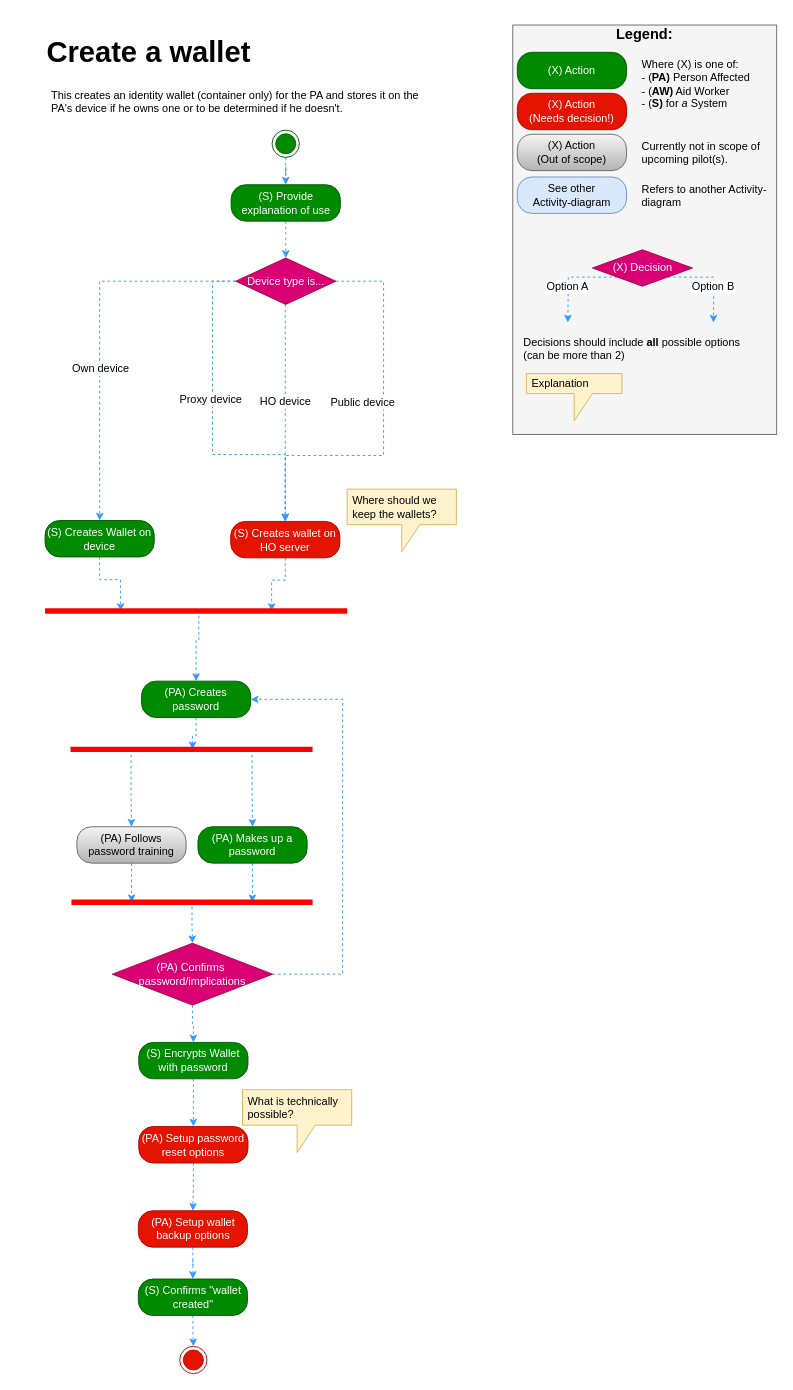
Above: Activity Diagrams/Create a wallet activity.drawio in nsward/diagrams (draw.io), before the change. Source tidied: cells renumbered, new cells numbered last; positions are measured from the earlier drawing's top-left corner, leaving out a move shared by most shapes. Both pictures are drawn from the tidied source at 91%, with x=0, y=0 at pixel (30, 15).
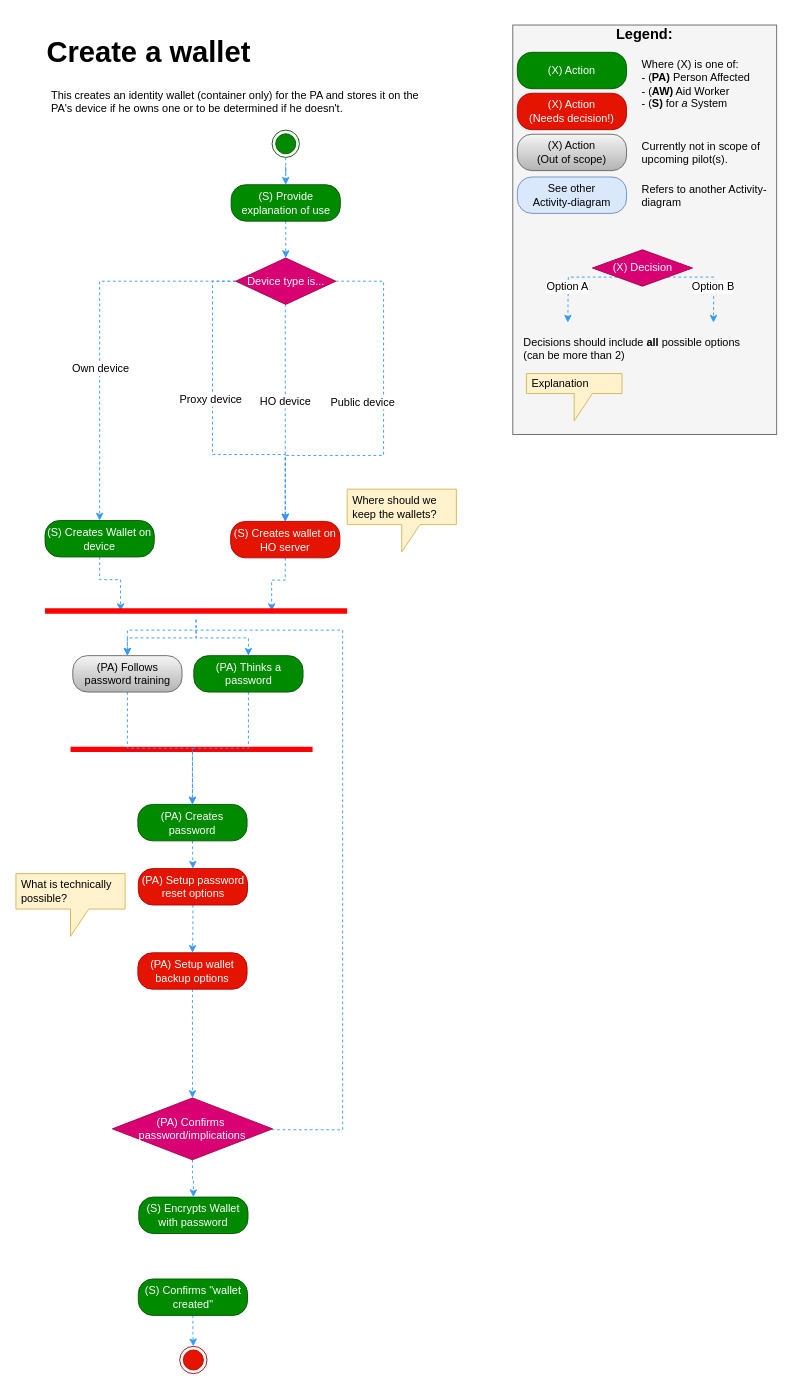
The same page after the edit.

Commit message:
HCD review

Unchanged cells that the change refers to:
```xml
<mxCell id="13" style="shape=line;html=1;strokeWidth=6;strokeColor=#ff0000;fillColor=#008a00;fontColor=#ffffff;" parent="1" vertex="1">
  <mxGeometry x="44" y="801" width="266" height="10" as="geometry" />
</mxCell>
<mxCell id="23" value="(S) Confirms &quot;wallet created&quot;&lt;br&gt;" style="rounded=1;whiteSpace=wrap;html=1;arcSize=40;fillColor=#008a00;strokeColor=#005700;fontColor=#ffffff;" parent="1" vertex="1">
  <mxGeometry x="118.5" y="1388" width="120" height="40" as="geometry" />
</mxCell>
<mxCell id="59" style="shape=line;html=1;strokeWidth=6;strokeColor=#ff0000;" parent="1" vertex="1">
  <mxGeometry x="16" y="644.5" width="332" height="19" as="geometry" />
</mxCell>
```

Change to the diagram source:
```diff
@@
-    <mxCell id="8" style="edgeStyle=orthogonalEdgeStyle;rounded=0;jettySize=auto;html=1;strokeColor=#3399FF;fontColor=#ffffff;entryX=0.504;entryY=0.5;entryDx=0;entryDy=0;entryPerimeter=0;dashed=1;" parent="1" edge="1" source="9" target="13">
-      <mxGeometry relative="1" as="geometry" />
-    </mxCell>
+    <mxCell id="64" style="edgeStyle=orthogonalEdgeStyle;rounded=0;jettySize=auto;html=1;exitX=0.5;exitY=1;exitDx=0;exitDy=0;entryX=0.5;entryY=0;entryDx=0;entryDy=0;dashed=1;strokeColor=#3399FF;" parent="1" edge="1" source="9" target="39">
+      <mxGeometry relative="1" as="geometry" />
+    </mxCell>
     <mxCell id="9" value="(PA) Creates password" style="rounded=1;whiteSpace=wrap;html=1;arcSize=40;fillColor=#008a00;strokeColor=#005700;fontColor=#ffffff;" parent="1" vertex="1">
-      <mxGeometry x="122" y="731" width="120" height="40" as="geometry" />
+      <mxGeometry x="118" y="866.5" width="120" height="40" as="geometry" />
     </mxCell>
@@
-    <mxCell id="11" style="edgeStyle=orthogonalEdgeStyle;rounded=0;jettySize=auto;html=1;exitX=0.25;exitY=0.5;exitDx=0;exitDy=0;exitPerimeter=0;entryX=0.5;entryY=0;entryDx=0;entryDy=0;dashed=1;strokeColor=#3399FF;fontColor=#ffffff;" parent="1" edge="1" source="13" target="15">
-      <mxGeometry relative="1" as="geometry" />
-    </mxCell>
-    <mxCell id="12" style="edgeStyle=orthogonalEdgeStyle;rounded=0;jettySize=auto;html=1;exitX=0.75;exitY=0.5;exitDx=0;exitDy=0;exitPerimeter=0;entryX=0.5;entryY=0;entryDx=0;entryDy=0;dashed=1;strokeColor=#3399FF;fontColor=#ffffff;" parent="1" edge="1" source="13" target="17">
-      <mxGeometry relative="1" as="geometry" />
-    </mxCell>
@@
-    <mxCell id="14" style="edgeStyle=orthogonalEdgeStyle;rounded=0;jettySize=auto;html=1;exitX=0.5;exitY=1;exitDx=0;exitDy=0;entryX=0.25;entryY=0.5;entryDx=0;entryDy=0;entryPerimeter=0;strokeColor=#3399FF;dashed=1;" parent="1" edge="1" source="15" target="19">
-      <mxGeometry relative="1" as="geometry" />
-    </mxCell>
-    <mxCell id="15" value="(PA) Follows password training" style="rounded=1;whiteSpace=wrap;html=1;arcSize=40;fillColor=#f5f5f5;strokeColor=#666666;gradientColor=#b3b3b3;" parent="1" vertex="1">
-      <mxGeometry x="51" y="891" width="120" height="40" as="geometry" />
-    </mxCell>
-    <mxCell id="16" style="edgeStyle=orthogonalEdgeStyle;rounded=0;jettySize=auto;html=1;exitX=0.5;exitY=1;exitDx=0;exitDy=0;entryX=0.75;entryY=0.5;entryDx=0;entryDy=0;entryPerimeter=0;strokeColor=#3399FF;dashed=1;" parent="1" edge="1" source="17" target="19">
-      <mxGeometry relative="1" as="geometry" />
-    </mxCell>
-    <mxCell id="17" value="(PA) Makes up a password" style="rounded=1;whiteSpace=wrap;html=1;arcSize=40;fillColor=#008a00;strokeColor=#005700;fontColor=#ffffff;" parent="1" vertex="1">
-      <mxGeometry x="184" y="891" width="120" height="40" as="geometry" />
-    </mxCell>
-    <mxCell id="18" style="edgeStyle=orthogonalEdgeStyle;rounded=0;jettySize=auto;html=1;entryX=0.5;entryY=0;entryDx=0;entryDy=0;dashed=1;strokeColor=#3399FF;fontColor=#ffffff;" parent="1" edge="1" source="19" target="26">
-      <mxGeometry relative="1" as="geometry" />
-    </mxCell>
-    <mxCell id="19" style="shape=line;html=1;strokeWidth=6;strokeColor=#ff0000;" parent="1" vertex="1">
-      <mxGeometry x="45" y="969" width="265" height="10" as="geometry" />
-    </mxCell>
-    <mxCell id="20" style="edgeStyle=orthogonalEdgeStyle;rounded=0;jettySize=auto;html=1;entryX=0.5;entryY=0;entryDx=0;entryDy=0;dashed=1;strokeColor=#3399FF;fontColor=#000000;" parent="1" edge="1" source="21" target="39">
-      <mxGeometry relative="1" as="geometry" />
-    </mxCell>
     <mxCell id="21" value="(S) Encrypts Wallet with password&lt;br&gt;" style="rounded=1;whiteSpace=wrap;html=1;arcSize=40;fillColor=#008a00;strokeColor=#005700;fontColor=#ffffff;" parent="1" vertex="1">
-      <mxGeometry x="119" y="1128" width="120" height="40" as="geometry" />
+      <mxGeometry x="119" y="1298" width="120" height="40" as="geometry" />
     </mxCell>
@@
-    <mxCell id="25" style="edgeStyle=orthogonalEdgeStyle;rounded=0;jettySize=auto;html=1;exitX=1;exitY=0.5;exitDx=0;exitDy=0;entryX=1;entryY=0.5;entryDx=0;entryDy=0;dashed=1;strokeColor=#3399FF;fontColor=#000000;" parent="1" edge="1" source="26" target="9">
+    <mxCell id="25" style="edgeStyle=orthogonalEdgeStyle;rounded=0;jettySize=auto;html=1;exitX=1;exitY=0.5;exitDx=0;exitDy=0;entryX=0.5;entryY=0;entryDx=0;entryDy=0;dashed=1;strokeColor=#3399FF;fontColor=#000000;" parent="1" edge="1" source="26" target="15">
       <mxGeometry relative="1" as="geometry">
         <Array as="points">
-          <mxPoint x="343" y="1053" />
-          <mxPoint x="343" y="751" />
+          <mxPoint x="343" y="1224" />
+          <mxPoint x="343" y="675" />
+          <mxPoint x="106" y="675" />
         </Array>
       </mxGeometry>
     </mxCell>
     <mxCell id="26" value="(PA) Confirms&amp;nbsp; password/implications" style="rhombus;whiteSpace=wrap;html=1;fillColor=#d80073;strokeColor=#A50040;fontColor=#ffffff;" parent="1" vertex="1">
-      <mxGeometry x="90" y="1019" width="176" height="68" as="geometry" />
+      <mxGeometry x="90" y="1189" width="176" height="68" as="geometry" />
     </mxCell>
@@
-    <mxCell id="38" style="edgeStyle=orthogonalEdgeStyle;rounded=0;jettySize=auto;html=1;exitX=0.5;exitY=1;exitDx=0;exitDy=0;entryX=0.5;entryY=0;entryDx=0;entryDy=0;dashed=1;strokeColor=#3399FF;" parent="1" edge="1" source="39" target="63">
+    <mxCell id="38" style="edgeStyle=orthogonalEdgeStyle;rounded=0;jettySize=auto;html=1;entryX=0.5;entryY=0;entryDx=0;entryDy=0;dashed=1;strokeColor=#3399FF;" parent="1" edge="1" source="39" target="63">
       <mxGeometry relative="1" as="geometry" />
     </mxCell>
     <mxCell id="39" value="(PA) Setup password reset options" style="rounded=1;whiteSpace=wrap;html=1;arcSize=40;fillColor=#e51400;strokeColor=#B20000;fontColor=#ffffff;" parent="1" vertex="1">
-      <mxGeometry x="119" y="1220.5" width="120" height="40" as="geometry" />
+      <mxGeometry x="118.5" y="937" width="120" height="40" as="geometry" />
     </mxCell>
@@
-    <mxCell id="58" style="edgeStyle=orthogonalEdgeStyle;rounded=0;jettySize=auto;html=1;entryX=0.5;entryY=0;entryDx=0;entryDy=0;dashed=1;strokeColor=#3399FF;exitX=0.509;exitY=0.448;exitDx=0;exitDy=0;exitPerimeter=0;" parent="1" edge="1" source="59" target="9">
-      <mxGeometry relative="1" as="geometry">
-        <Array as="points">
-          <mxPoint x="185" y="686" />
-          <mxPoint x="182" y="686" />
-        </Array>
-      </mxGeometry>
-    </mxCell>
+    <mxCell id="65" style="edgeStyle=orthogonalEdgeStyle;rounded=0;jettySize=auto;html=1;entryX=0.5;entryY=0;entryDx=0;entryDy=0;dashed=1;strokeColor=#3399FF;" parent="1" edge="1" source="59" target="70">
+      <mxGeometry relative="1" as="geometry" />
+    </mxCell>
+    <mxCell id="66" style="edgeStyle=orthogonalEdgeStyle;rounded=0;jettySize=auto;html=1;entryX=0.5;entryY=0;entryDx=0;entryDy=0;dashed=1;strokeColor=#3399FF;" parent="1" edge="1" source="59" target="15">
+      <mxGeometry relative="1" as="geometry" />
+    </mxCell>
@@
     <mxCell id="60" value="What is technically possible?" style="shape=callout;whiteSpace=wrap;html=1;perimeter=calloutPerimeter;align=left;strokeColor=#d6b656;fillColor=#fff2cc;spacingLeft=4;" parent="1" vertex="1">
-      <mxGeometry x="233" y="1180" width="120" height="69" as="geometry" />
+      <mxGeometry x="-16" y="942.5" width="120" height="69" as="geometry" />
     </mxCell>
@@
-    <mxCell id="62" style="edgeStyle=orthogonalEdgeStyle;rounded=0;jettySize=auto;html=1;entryX=0.5;entryY=0;entryDx=0;entryDy=0;dashed=1;strokeColor=#3399FF;" parent="1" edge="1" source="63" target="23">
-      <mxGeometry relative="1" as="geometry" />
-    </mxCell>
+    <mxCell id="67" style="edgeStyle=orthogonalEdgeStyle;rounded=0;jettySize=auto;html=1;exitX=0.5;exitY=1;exitDx=0;exitDy=0;entryX=0.5;entryY=0;entryDx=0;entryDy=0;dashed=1;strokeColor=#3399FF;" parent="1" edge="1" source="63" target="26">
+      <mxGeometry relative="1" as="geometry" />
+    </mxCell>
     <mxCell id="63" value="(PA) Setup wallet backup options" style="rounded=1;whiteSpace=wrap;html=1;arcSize=40;fillColor=#e51400;strokeColor=#B20000;fontColor=#ffffff;" parent="1" vertex="1">
-      <mxGeometry x="118.5" y="1313" width="120" height="40" as="geometry" />
+      <mxGeometry x="118" y="1029.5" width="120" height="40" as="geometry" />
     </mxCell>
+    <mxCell id="68" style="edgeStyle=orthogonalEdgeStyle;rounded=0;jettySize=auto;html=1;entryX=0.5;entryY=0;entryDx=0;entryDy=0;dashed=1;strokeColor=#3399FF;" parent="1" edge="1" source="15" target="9">
+      <mxGeometry relative="1" as="geometry" />
+    </mxCell>
+    <mxCell id="15" value="(PA) Follows password training" style="rounded=1;whiteSpace=wrap;html=1;arcSize=40;fillColor=#f5f5f5;strokeColor=#666666;gradientColor=#b3b3b3;" parent="1" vertex="1">
+      <mxGeometry x="46.5" y="703" width="120" height="40" as="geometry" />
+    </mxCell>
+    <mxCell id="69" style="edgeStyle=orthogonalEdgeStyle;rounded=0;jettySize=auto;html=1;entryX=0.5;entryY=0;entryDx=0;entryDy=0;dashed=1;strokeColor=#3399FF;" parent="1" edge="1" source="70" target="9">
+      <mxGeometry relative="1" as="geometry" />
+    </mxCell>
+    <mxCell id="70" value="(PA) Thinks a password" style="rounded=1;whiteSpace=wrap;html=1;arcSize=40;fillColor=#008a00;strokeColor=#005700;fontColor=#ffffff;" parent="1" vertex="1">
+      <mxGeometry x="179.5" y="703" width="120" height="40" as="geometry" />
+    </mxCell>
```
